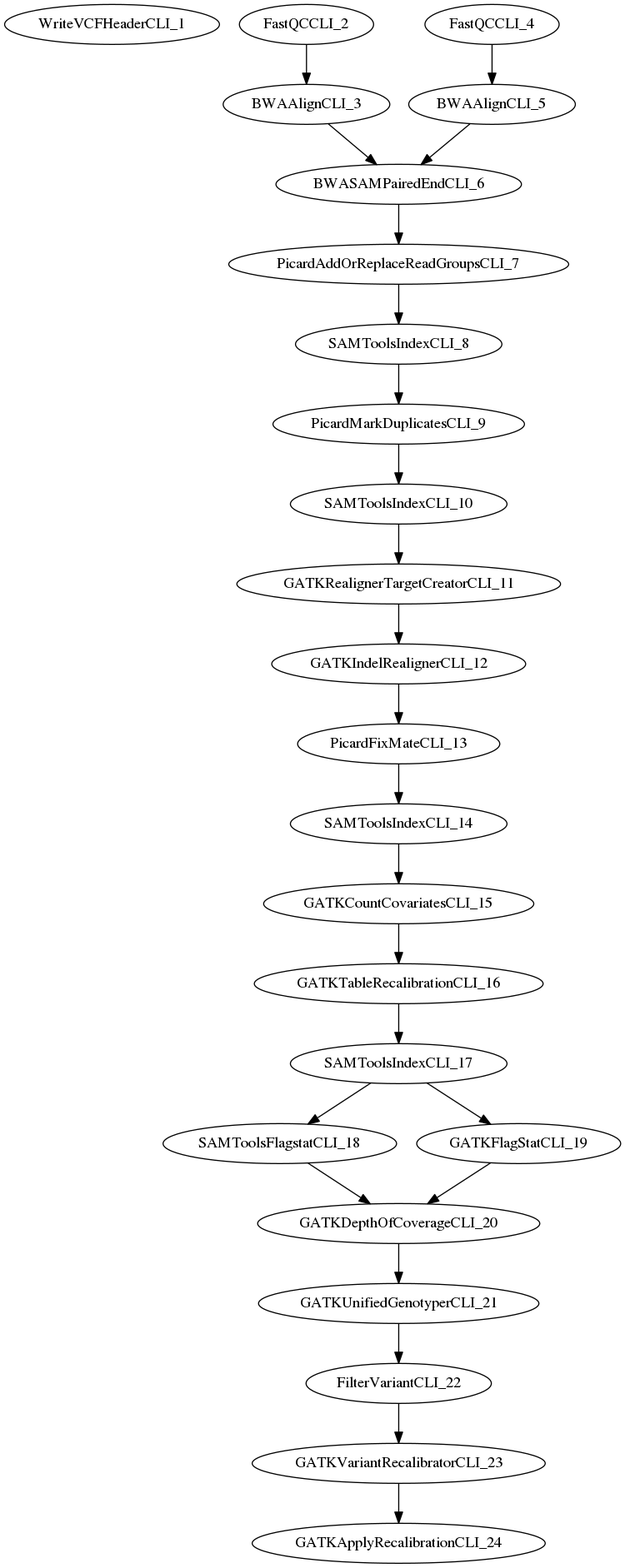
This is src/site/resources/images/workflow.dag.png from jdr0887/MaPSeq-Pipeline-GS-Alignment, a Graphviz export, as it was before one commit. Its source is kept beside it as src/site/resources/images/workflow.dag.dot. The source it was exported from:
```dot
digraph G {
  WriteVCFHeaderCLI_1 [ label="WriteVCFHeaderCLI_1" ];
  FastQCCLI_2 [ label="FastQCCLI_2" ];
  BWAAlignCLI_3 [ label="BWAAlignCLI_3" ];
  FastQCCLI_4 [ label="FastQCCLI_4" ];
  BWAAlignCLI_5 [ label="BWAAlignCLI_5" ];
  BWASAMPairedEndCLI_6 [ label="BWASAMPairedEndCLI_6" ];
  PicardAddOrReplaceReadGroupsCLI_7 [ label="PicardAddOrReplaceReadGroupsCLI_7" ];
  SAMToolsIndexCLI_8 [ label="SAMToolsIndexCLI_8" ];
  PicardMarkDuplicatesCLI_9 [ label="PicardMarkDuplicatesCLI_9" ];
  SAMToolsIndexCLI_10 [ label="SAMToolsIndexCLI_10" ];
  GATKRealignerTargetCreatorCLI_11 [ label="GATKRealignerTargetCreatorCLI_11" ];
  GATKIndelRealignerCLI_12 [ label="GATKIndelRealignerCLI_12" ];
  PicardFixMateCLI_13 [ label="PicardFixMateCLI_13" ];
  SAMToolsIndexCLI_14 [ label="SAMToolsIndexCLI_14" ];
  GATKCountCovariatesCLI_15 [ label="GATKCountCovariatesCLI_15" ];
  GATKTableRecalibrationCLI_16 [ label="GATKTableRecalibrationCLI_16" ];
  SAMToolsIndexCLI_17 [ label="SAMToolsIndexCLI_17" ];
  SAMToolsFlagstatCLI_18 [ label="SAMToolsFlagstatCLI_18" ];
  GATKFlagStatCLI_19 [ label="GATKFlagStatCLI_19" ];
  GATKDepthOfCoverageCLI_20 [ label="GATKDepthOfCoverageCLI_20" ];
  GATKUnifiedGenotyperCLI_21 [ label="GATKUnifiedGenotyperCLI_21" ];
  FilterVariantCLI_22 [ label="FilterVariantCLI_22" ];
  GATKVariantRecalibratorCLI_23 [ label="GATKVariantRecalibratorCLI_23" ];
  GATKApplyRecalibrationCLI_24 [ label="GATKApplyRecalibrationCLI_24" ];
  FastQCCLI_2 -> BWAAlignCLI_3;
  FastQCCLI_4 -> BWAAlignCLI_5;
  BWAAlignCLI_3 -> BWASAMPairedEndCLI_6;
  BWAAlignCLI_5 -> BWASAMPairedEndCLI_6;
  BWASAMPairedEndCLI_6 -> PicardAddOrReplaceReadGroupsCLI_7;
  PicardAddOrReplaceReadGroupsCLI_7 -> SAMToolsIndexCLI_8;
  SAMToolsIndexCLI_8 -> PicardMarkDuplicatesCLI_9;
  PicardMarkDuplicatesCLI_9 -> SAMToolsIndexCLI_10;
  SAMToolsIndexCLI_10 -> GATKRealignerTargetCreatorCLI_11;
  GATKRealignerTargetCreatorCLI_11 -> GATKIndelRealignerCLI_12;
  GATKIndelRealignerCLI_12 -> PicardFixMateCLI_13;
  PicardFixMateCLI_13 -> SAMToolsIndexCLI_14;
  SAMToolsIndexCLI_14 -> GATKCountCovariatesCLI_15;
  GATKCountCovariatesCLI_15 -> GATKTableRecalibrationCLI_16;
  GATKTableRecalibrationCLI_16 -> SAMToolsIndexCLI_17;
  SAMToolsIndexCLI_17 -> SAMToolsFlagstatCLI_18;
  SAMToolsIndexCLI_17 -> GATKFlagStatCLI_19;
  SAMToolsFlagstatCLI_18 -> GATKDepthOfCoverageCLI_20;
  GATKFlagStatCLI_19 -> GATKDepthOfCoverageCLI_20;
  GATKDepthOfCoverageCLI_20 -> GATKUnifiedGenotyperCLI_21;
  GATKUnifiedGenotyperCLI_21 -> FilterVariantCLI_22;
  FilterVariantCLI_22 -> GATKVariantRecalibratorCLI_23;
  GATKVariantRecalibratorCLI_23 -> GATKApplyRecalibrationCLI_24;
}
```
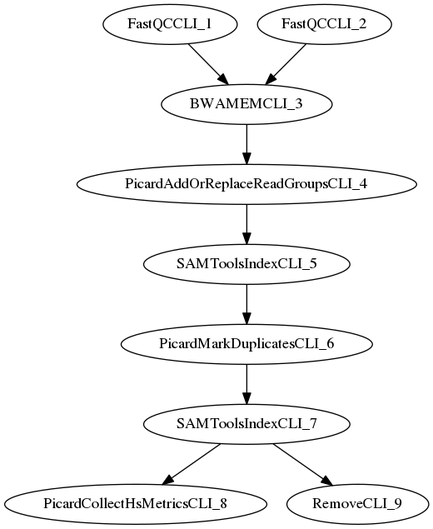
The same diagram one commit later.

Diff of the diagram source:
```diff
@@ -1,49 +1,19 @@
 digraph G {
-  WriteVCFHeaderCLI_1 [ label="WriteVCFHeaderCLI_1" ];
+  FastQCCLI_1 [ label="FastQCCLI_1" ];
   FastQCCLI_2 [ label="FastQCCLI_2" ];
-  BWAAlignCLI_3 [ label="BWAAlignCLI_3" ];
-  FastQCCLI_4 [ label="FastQCCLI_4" ];
-  BWAAlignCLI_5 [ label="BWAAlignCLI_5" ];
-  BWASAMPairedEndCLI_6 [ label="BWASAMPairedEndCLI_6" ];
-  PicardAddOrReplaceReadGroupsCLI_7 [ label="PicardAddOrReplaceReadGroupsCLI_7" ];
-  SAMToolsIndexCLI_8 [ label="SAMToolsIndexCLI_8" ];
-  PicardMarkDuplicatesCLI_9 [ label="PicardMarkDuplicatesCLI_9" ];
-  SAMToolsIndexCLI_10 [ label="SAMToolsIndexCLI_10" ];
-  GATKRealignerTargetCreatorCLI_11 [ label="GATKRealignerTargetCreatorCLI_11" ];
-  GATKIndelRealignerCLI_12 [ label="GATKIndelRealignerCLI_12" ];
-  PicardFixMateCLI_13 [ label="PicardFixMateCLI_13" ];
-  SAMToolsIndexCLI_14 [ label="SAMToolsIndexCLI_14" ];
-  GATKCountCovariatesCLI_15 [ label="GATKCountCovariatesCLI_15" ];
-  GATKTableRecalibrationCLI_16 [ label="GATKTableRecalibrationCLI_16" ];
-  SAMToolsIndexCLI_17 [ label="SAMToolsIndexCLI_17" ];
-  SAMToolsFlagstatCLI_18 [ label="SAMToolsFlagstatCLI_18" ];
-  GATKFlagStatCLI_19 [ label="GATKFlagStatCLI_19" ];
-  GATKDepthOfCoverageCLI_20 [ label="GATKDepthOfCoverageCLI_20" ];
-  GATKUnifiedGenotyperCLI_21 [ label="GATKUnifiedGenotyperCLI_21" ];
-  FilterVariantCLI_22 [ label="FilterVariantCLI_22" ];
-  GATKVariantRecalibratorCLI_23 [ label="GATKVariantRecalibratorCLI_23" ];
-  GATKApplyRecalibrationCLI_24 [ label="GATKApplyRecalibrationCLI_24" ];
-  FastQCCLI_2 -> BWAAlignCLI_3;
-  FastQCCLI_4 -> BWAAlignCLI_5;
-  BWAAlignCLI_3 -> BWASAMPairedEndCLI_6;
-  BWAAlignCLI_5 -> BWASAMPairedEndCLI_6;
-  BWASAMPairedEndCLI_6 -> PicardAddOrReplaceReadGroupsCLI_7;
-  PicardAddOrReplaceReadGroupsCLI_7 -> SAMToolsIndexCLI_8;
-  SAMToolsIndexCLI_8 -> PicardMarkDuplicatesCLI_9;
-  PicardMarkDuplicatesCLI_9 -> SAMToolsIndexCLI_10;
-  SAMToolsIndexCLI_10 -> GATKRealignerTargetCreatorCLI_11;
-  GATKRealignerTargetCreatorCLI_11 -> GATKIndelRealignerCLI_12;
-  GATKIndelRealignerCLI_12 -> PicardFixMateCLI_13;
-  PicardFixMateCLI_13 -> SAMToolsIndexCLI_14;
-  SAMToolsIndexCLI_14 -> GATKCountCovariatesCLI_15;
-  GATKCountCovariatesCLI_15 -> GATKTableRecalibrationCLI_16;
-  GATKTableRecalibrationCLI_16 -> SAMToolsIndexCLI_17;
-  SAMToolsIndexCLI_17 -> SAMToolsFlagstatCLI_18;
-  SAMToolsIndexCLI_17 -> GATKFlagStatCLI_19;
-  SAMToolsFlagstatCLI_18 -> GATKDepthOfCoverageCLI_20;
-  GATKFlagStatCLI_19 -> GATKDepthOfCoverageCLI_20;
-  GATKDepthOfCoverageCLI_20 -> GATKUnifiedGenotyperCLI_21;
-  GATKUnifiedGenotyperCLI_21 -> FilterVariantCLI_22;
-  FilterVariantCLI_22 -> GATKVariantRecalibratorCLI_23;
-  GATKVariantRecalibratorCLI_23 -> GATKApplyRecalibrationCLI_24;
+  BWAMEMCLI_3 [ label="BWAMEMCLI_3" ];
+  PicardAddOrReplaceReadGroupsCLI_4 [ label="PicardAddOrReplaceReadGroupsCLI_4" ];
+  SAMToolsIndexCLI_5 [ label="SAMToolsIndexCLI_5" ];
+  PicardMarkDuplicatesCLI_6 [ label="PicardMarkDuplicatesCLI_6" ];
+  SAMToolsIndexCLI_7 [ label="SAMToolsIndexCLI_7" ];
+  PicardCollectHsMetricsCLI_8 [ label="PicardCollectHsMetricsCLI_8" ];
+  RemoveCLI_9 [ label="RemoveCLI_9" ];
+  FastQCCLI_1 -> BWAMEMCLI_3;
+  FastQCCLI_2 -> BWAMEMCLI_3;
+  BWAMEMCLI_3 -> PicardAddOrReplaceReadGroupsCLI_4;
+  PicardAddOrReplaceReadGroupsCLI_4 -> SAMToolsIndexCLI_5;
+  SAMToolsIndexCLI_5 -> PicardMarkDuplicatesCLI_6;
+  PicardMarkDuplicatesCLI_6 -> SAMToolsIndexCLI_7;
+  SAMToolsIndexCLI_7 -> PicardCollectHsMetricsCLI_8;
+  SAMToolsIndexCLI_7 -> RemoveCLI_9;
 }
```
